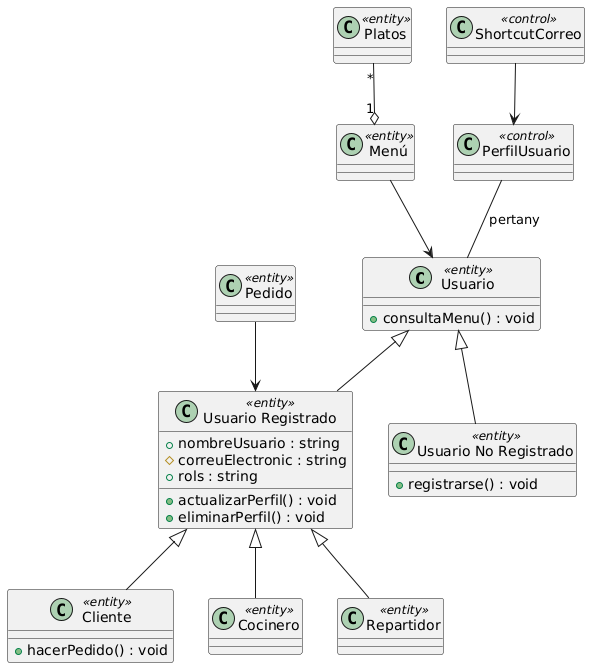
dabien3/ES25UAB-511-05 keeps this PlantUML diagram as documents/Diagrama Clases/Diagramas/bloq1_diagrama_clase.png. Above is the earlier version.
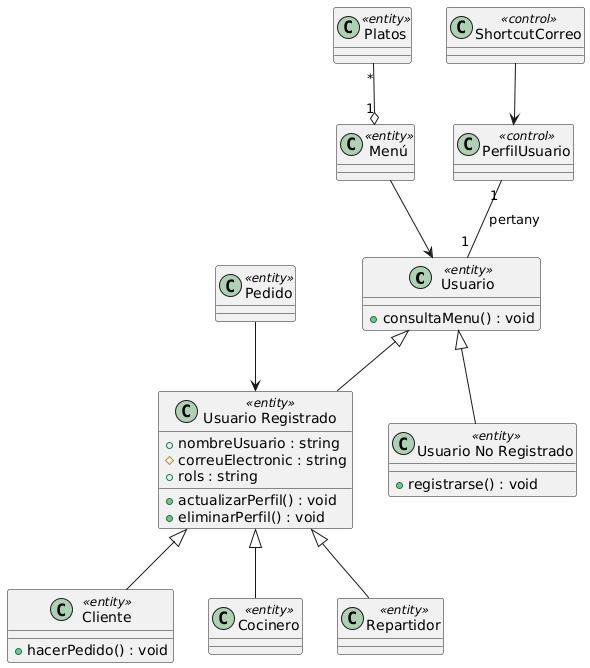
After the change.

Commit message:
update bloq1bloq2 diagrama clase

The edit, as a diff of the source:
```diff
@@ -35,7 +35,7 @@
 UsuarioRegistrado <|-- Repartidor
 Pedido --> UsuarioRegistrado
 Menú --> Usuario
-PerfilUsuario -- Usuario : pertany
+PerfilUsuario "1" -- "1" Usuario : pertany
 Platos "*" --o "1" Menú
 ShortcutCorreo --> PerfilUsuario
 @enduml
```
